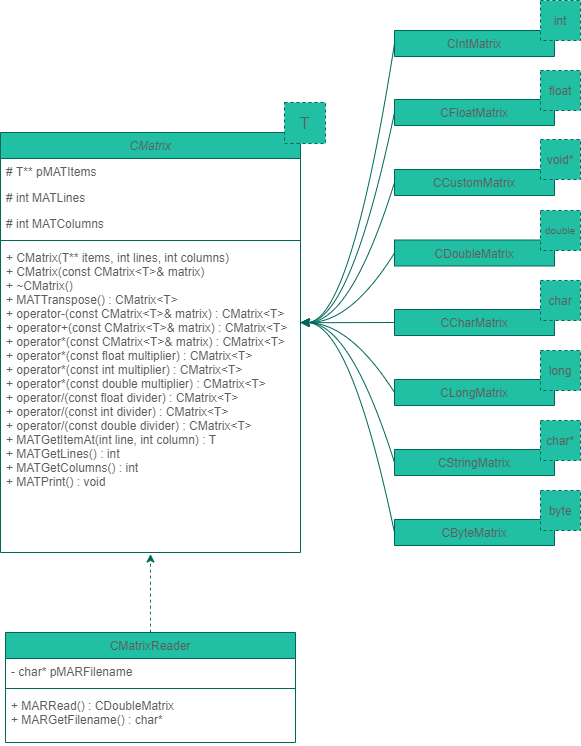
This is class-diagram.png from LucdoOf/MatrixedCpp, a draw.io export, as it was before one commit. Source tidied: cells renumbered, new cells last; positions are measured from the earlier drawing's top-left corner, leaving out a move shared by most shapes. Source of this version:
```xml
<mxGraphModel>
  <root>
    <mxCell id="0" />
    <mxCell id="1" parent="0" />
    <mxCell id="2" value="CMatrix&#10;" style="swimlane;fontStyle=2;align=center;verticalAlign=top;horizontal=1;startSize=26;shadow=0;strokeWidth=1;fillColor=#21C0A5;strokeColor=#006658;fontColor=#5C5C5C;" parent="1" vertex="1">
      <mxGeometry y="132" width="300" height="420" as="geometry" />
    </mxCell>
    <mxCell id="3" value="# T** pMATItems" style="text;align=left;verticalAlign=top;spacingLeft=4;spacingRight=4;overflow=hidden;fontColor=#5C5C5C;" parent="2" vertex="1">
      <mxGeometry y="26" width="300" height="26" as="geometry" />
    </mxCell>
    <mxCell id="4" value="# int MATLines" style="text;align=left;verticalAlign=top;spacingLeft=4;spacingRight=4;overflow=hidden;shadow=0;html=0;fontColor=#5C5C5C;" parent="2" vertex="1">
      <mxGeometry y="52" width="300" height="26" as="geometry" />
    </mxCell>
    <mxCell id="5" value="# int MATColumns&#10;" style="text;align=left;verticalAlign=top;spacingLeft=4;spacingRight=4;overflow=hidden;shadow=0;html=0;fontColor=#5C5C5C;" parent="2" vertex="1">
      <mxGeometry y="78" width="300" height="26" as="geometry" />
    </mxCell>
    <mxCell id="6" style="line;html=1;strokeWidth=1;align=left;verticalAlign=middle;spacingTop=-1;spacingLeft=3;spacingRight=3;labelPosition=right;fillColor=#21C0A5;strokeColor=#006658;fontColor=#5C5C5C;" parent="2" vertex="1">
      <mxGeometry y="104" width="300" height="8" as="geometry" />
    </mxCell>
    <mxCell id="7" value="+ CMatrix(T** items, int lines, int columns)&#10;+ CMatrix(const CMatrix&lt;T&gt;&amp; matrix)&#10;+ ~CMatrix()&#10;+ MATTranspose() : CMatrix&lt;T&gt;&#10;+ operator-(const CMatrix&lt;T&gt;&amp; matrix) : CMatrix&lt;T&gt;&#10;+ operator+(const CMatrix&lt;T&gt;&amp; matrix) : CMatrix&lt;T&gt;&#10;+ operator*(const CMatrix&lt;T&gt;&amp; matrix) : CMatrix&lt;T&gt;&#10;+ operator*(const float multiplier) : CMatrix&lt;T&gt;&#10;+ operator*(const int multiplier) : CMatrix&lt;T&gt;&#10;+ operator*(const double multiplier) : CMatrix&lt;T&gt;&#10;+ operator/(const float divider) : CMatrix&lt;T&gt;&#10;+ operator/(const int divider) : CMatrix&lt;T&gt;&#10;+ operator/(const double divider) : CMatrix&lt;T&gt;&#10;+ MATGetItemAt(int line, int column) : T&#10;+ MATGetLines() : int&#10;+ MATGetColumns() : int&#10;+ MATPrint() : void&#10;" style="text;align=left;verticalAlign=top;spacingLeft=4;spacingRight=4;overflow=hidden;points=[[0,0.5],[1,0.5]];portConstraint=eastwest;fontColor=#5C5C5C;" parent="2" vertex="1">
      <mxGeometry y="112" width="300" height="308" as="geometry" />
    </mxCell>
    <mxCell id="8" value="CIntMatrix" style="swimlane;fontStyle=0;align=center;verticalAlign=top;horizontal=1;startSize=26;shadow=0;strokeWidth=1;fillColor=#21C0A5;strokeColor=#006658;fontColor=#5C5C5C;" parent="1" vertex="1" collapsed="1">
      <mxGeometry x="394" y="30" width="160" height="26" as="geometry" />
    </mxCell>
    <mxCell id="9" value="CFloatMatrix&#10;" style="swimlane;fontStyle=0;align=center;verticalAlign=top;horizontal=1;startSize=26;shadow=0;strokeWidth=1;fillColor=#21C0A5;strokeColor=#006658;fontColor=#5C5C5C;" parent="1" vertex="1" collapsed="1">
      <mxGeometry x="394" y="99" width="160" height="26" as="geometry" />
    </mxCell>
    <mxCell id="10" value="CDoubleMatrix" style="swimlane;fontStyle=0;align=center;verticalAlign=top;horizontal=1;startSize=26;shadow=0;strokeWidth=1;fillColor=#21C0A5;strokeColor=#006658;fontColor=#5C5C5C;" parent="1" vertex="1" collapsed="1">
      <mxGeometry x="394" y="239.5" width="160" height="26" as="geometry" />
    </mxCell>
    <mxCell id="11" value="CLongMatrix" style="swimlane;fontStyle=0;align=center;verticalAlign=top;horizontal=1;startSize=26;shadow=0;strokeWidth=1;fillColor=#21C0A5;strokeColor=#006658;fontColor=#5C5C5C;" parent="1" vertex="1" collapsed="1">
      <mxGeometry x="394" y="379" width="160" height="26" as="geometry" />
    </mxCell>
    <mxCell id="12" value="CByteMatrix" style="swimlane;fontStyle=0;align=center;verticalAlign=top;horizontal=1;startSize=26;shadow=0;strokeWidth=1;fillColor=#21C0A5;strokeColor=#006658;fontColor=#5C5C5C;" parent="1" vertex="1" collapsed="1">
      <mxGeometry x="394" y="519" width="160" height="26" as="geometry" />
    </mxCell>
    <mxCell id="13" value="CCharMatrix" style="swimlane;fontStyle=0;align=center;verticalAlign=top;horizontal=1;startSize=26;shadow=0;strokeWidth=1;fillColor=#21C0A5;strokeColor=#006658;fontColor=#5C5C5C;" parent="1" vertex="1" collapsed="1">
      <mxGeometry x="394" y="309" width="160" height="26" as="geometry" />
    </mxCell>
    <mxCell id="14" value="CStringMatrix" style="swimlane;fontStyle=0;align=center;verticalAlign=top;horizontal=1;startSize=26;shadow=0;strokeWidth=1;fillColor=#21C0A5;strokeColor=#006658;fontColor=#5C5C5C;" parent="1" vertex="1" collapsed="1">
      <mxGeometry x="394" y="449" width="160" height="26" as="geometry" />
    </mxCell>
    <mxCell id="15" value="CCustomMatrix" style="swimlane;fontStyle=0;align=center;verticalAlign=top;horizontal=1;startSize=26;shadow=0;strokeWidth=1;fillColor=#21C0A5;strokeColor=#006658;fontColor=#5C5C5C;" parent="1" vertex="1" collapsed="1">
      <mxGeometry x="394" y="169" width="160" height="26" as="geometry" />
    </mxCell>
    <mxCell id="16" style="endArrow=classic;html=1;entryX=1.002;entryY=0.253;entryDx=0;entryDy=0;exitX=0;exitY=0.5;exitDx=0;exitDy=0;entryPerimeter=0;strokeColor=#006658;fontColor=#5C5C5C;curved=1;" parent="1" edge="1" source="12" target="7">
      <mxGeometry relative="1" as="geometry">
        <Array as="points">
          <mxPoint x="350" y="323" />
        </Array>
      </mxGeometry>
    </mxCell>
    <mxCell id="17" style="endArrow=classic;html=1;entryX=1.004;entryY=0.253;entryDx=0;entryDy=0;exitX=0;exitY=0.5;exitDx=0;exitDy=0;entryPerimeter=0;strokeColor=#006658;fontColor=#5C5C5C;curved=1;" parent="1" edge="1" source="14" target="7">
      <mxGeometry relative="1" as="geometry">
        <Array as="points">
          <mxPoint x="350" y="323" />
        </Array>
      </mxGeometry>
    </mxCell>
    <mxCell id="18" style="endArrow=classic;html=1;entryX=1.003;entryY=0.253;entryDx=0;entryDy=0;exitX=0;exitY=0.5;exitDx=0;exitDy=0;entryPerimeter=0;strokeColor=#006658;fontColor=#5C5C5C;curved=1;" parent="1" edge="1" source="10" target="7">
      <mxGeometry relative="1" as="geometry">
        <Array as="points">
          <mxPoint x="350" y="323" />
        </Array>
      </mxGeometry>
    </mxCell>
    <mxCell id="19" style="endArrow=classic;html=1;exitX=0;exitY=0.5;exitDx=0;exitDy=0;strokeColor=#006658;fontColor=#5C5C5C;curved=1;" parent="1" edge="1" source="15">
      <mxGeometry relative="1" as="geometry">
        <mxPoint x="300" y="322" as="targetPoint" />
        <Array as="points">
          <mxPoint x="350" y="323" />
        </Array>
      </mxGeometry>
    </mxCell>
    <mxCell id="20" style="endArrow=classic;html=1;exitX=0;exitY=0.5;exitDx=0;exitDy=0;strokeColor=#006658;fontColor=#5C5C5C;curved=1;" parent="1" edge="1" source="9">
      <mxGeometry relative="1" as="geometry">
        <mxPoint x="300" y="322" as="targetPoint" />
        <Array as="points">
          <mxPoint x="350" y="322" />
        </Array>
      </mxGeometry>
    </mxCell>
    <mxCell id="21" style="endArrow=classic;html=1;entryX=1;entryY=0.253;entryDx=0;entryDy=0;exitX=0;exitY=0.5;exitDx=0;exitDy=0;entryPerimeter=0;strokeColor=#006658;fontColor=#5C5C5C;curved=1;" parent="1" edge="1" source="8" target="7">
      <mxGeometry relative="1" as="geometry">
        <Array as="points">
          <mxPoint x="350" y="323" />
        </Array>
      </mxGeometry>
    </mxCell>
    <mxCell id="22" style="endArrow=classic;html=1;entryX=1;entryY=0.254;entryDx=0;entryDy=0;exitX=0;exitY=0.5;exitDx=0;exitDy=0;entryPerimeter=0;strokeColor=#006658;fontColor=#5C5C5C;curved=1;" parent="1" edge="1" source="13" target="7">
      <mxGeometry relative="1" as="geometry" />
    </mxCell>
    <mxCell id="23" style="endArrow=classic;html=1;entryX=1.003;entryY=0.253;entryDx=0;entryDy=0;exitX=0;exitY=0.5;exitDx=0;exitDy=0;entryPerimeter=0;strokeColor=#006658;fontColor=#5C5C5C;curved=1;" parent="1" edge="1" source="11" target="7">
      <mxGeometry relative="1" as="geometry">
        <Array as="points">
          <mxPoint x="350" y="323" />
        </Array>
      </mxGeometry>
    </mxCell>
    <mxCell id="24" value="T" style="whiteSpace=wrap;html=1;dashed=1;fontSize=17;fillColor=#21C0A5;strokeColor=#006658;fontColor=#5C5C5C;" parent="1" vertex="1">
      <mxGeometry x="284" y="102" width="41" height="41" as="geometry" />
    </mxCell>
    <mxCell id="25" value="int" style="whiteSpace=wrap;html=1;dashed=1;fillColor=#21C0A5;strokeColor=#006658;fontColor=#5C5C5C;" parent="1" vertex="1">
      <mxGeometry x="540" width="40" height="40" as="geometry" />
    </mxCell>
    <mxCell id="26" value="float" style="whiteSpace=wrap;html=1;dashed=1;fillColor=#21C0A5;strokeColor=#006658;fontColor=#5C5C5C;" parent="1" vertex="1">
      <mxGeometry x="540" y="70" width="40" height="40" as="geometry" />
    </mxCell>
    <mxCell id="27" value="void*" style="whiteSpace=wrap;html=1;dashed=1;fillColor=#21C0A5;strokeColor=#006658;fontColor=#5C5C5C;" parent="1" vertex="1">
      <mxGeometry x="540" y="139" width="40" height="40" as="geometry" />
    </mxCell>
    <mxCell id="28" value="double" style="whiteSpace=wrap;html=1;dashed=1;fontSize=10;fillColor=#21C0A5;strokeColor=#006658;fontColor=#5C5C5C;" parent="1" vertex="1">
      <mxGeometry x="540" y="210" width="40" height="40" as="geometry" />
    </mxCell>
    <mxCell id="29" value="char" style="whiteSpace=wrap;html=1;dashed=1;fillColor=#21C0A5;strokeColor=#006658;fontColor=#5C5C5C;" parent="1" vertex="1">
      <mxGeometry x="540" y="280" width="40" height="40" as="geometry" />
    </mxCell>
    <mxCell id="30" value="long" style="whiteSpace=wrap;html=1;dashed=1;fillColor=#21C0A5;strokeColor=#006658;fontColor=#5C5C5C;" parent="1" vertex="1">
      <mxGeometry x="540" y="350" width="40" height="40" as="geometry" />
    </mxCell>
    <mxCell id="31" value="char*" style="whiteSpace=wrap;html=1;dashed=1;fillColor=#21C0A5;strokeColor=#006658;fontColor=#5C5C5C;" parent="1" vertex="1">
      <mxGeometry x="540" y="420" width="40" height="40" as="geometry" />
    </mxCell>
    <mxCell id="32" value="byte" style="whiteSpace=wrap;html=1;dashed=1;fillColor=#21C0A5;strokeColor=#006658;fontColor=#5C5C5C;" parent="1" vertex="1">
      <mxGeometry x="540" y="490" width="40" height="40" as="geometry" />
    </mxCell>
    <mxCell id="33" value="CMatrixReader" style="swimlane;fontStyle=0;align=center;verticalAlign=top;horizontal=1;startSize=26;shadow=0;strokeWidth=1;fillColor=#21C0A5;strokeColor=#006658;fontColor=#5C5C5C;" parent="1" vertex="1">
      <mxGeometry x="5" y="632" width="290" height="110" as="geometry" />
    </mxCell>
    <mxCell id="34" value="- char* pMARFilename&#10;" style="text;align=left;verticalAlign=top;spacingLeft=4;spacingRight=4;overflow=hidden;fontColor=#5C5C5C;" parent="33" vertex="1">
      <mxGeometry y="26" width="290" height="26" as="geometry" />
    </mxCell>
    <mxCell id="35" style="line;html=1;strokeWidth=1;align=left;verticalAlign=middle;spacingTop=-1;spacingLeft=3;spacingRight=3;labelPosition=right;fillColor=#21C0A5;strokeColor=#006658;fontColor=#5C5C5C;" parent="33" vertex="1">
      <mxGeometry y="52" width="290" height="8" as="geometry" />
    </mxCell>
    <mxCell id="36" value="+ MARRead() : CDoubleMatrix&#10;+ MARGetFilename() : char*" style="text;align=left;verticalAlign=top;spacingLeft=4;spacingRight=4;overflow=hidden;points=[[0,0.5],[1,0.5]];portConstraint=eastwest;fontColor=#5C5C5C;" parent="33" vertex="1">
      <mxGeometry y="60" width="290" height="50" as="geometry" />
    </mxCell>
    <mxCell id="37" style="endArrow=classic;html=1;fontSize=17;dashed=1;exitX=0.5;exitY=0;exitDx=0;exitDy=0;entryX=0.5;entryY=1.005;entryDx=0;entryDy=0;entryPerimeter=0;strokeColor=#006658;fontColor=#5C5C5C;curved=1;" parent="1" edge="1" source="33" target="7">
      <mxGeometry relative="1" as="geometry" />
    </mxCell>
  </root>
</mxGraphModel>
```
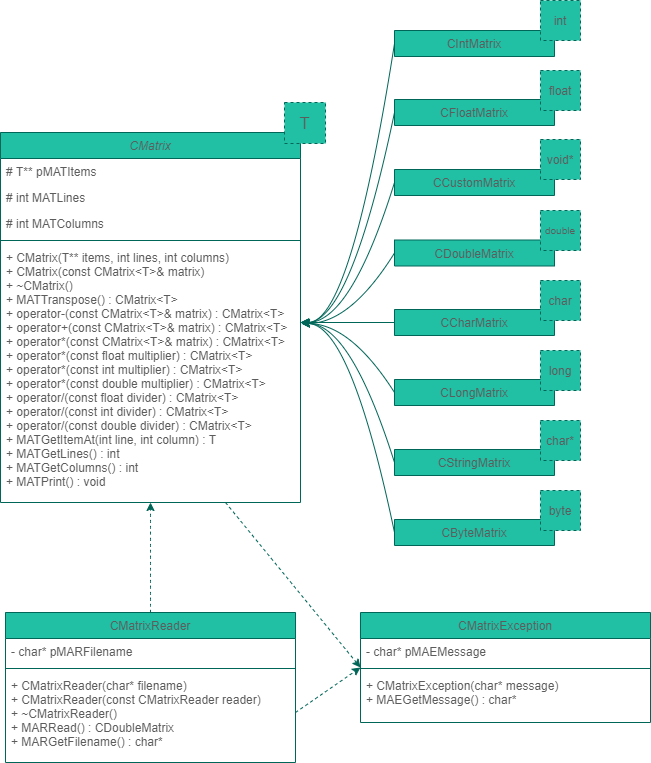
Later version of the same file.

What changed in the source:
```diff
@@ -3,7 +3,7 @@
     <mxCell id="0" />
     <mxCell id="1" parent="0" />
     <mxCell id="2" value="CMatrix&#10;" style="swimlane;fontStyle=2;align=center;verticalAlign=top;horizontal=1;startSize=26;shadow=0;strokeWidth=1;fillColor=#21C0A5;strokeColor=#006658;fontColor=#5C5C5C;" parent="1" vertex="1">
-      <mxGeometry y="132" width="300" height="420" as="geometry" />
+      <mxGeometry y="132" width="300" height="370" as="geometry" />
     </mxCell>
     <mxCell id="3" value="# T** pMATItems" style="text;align=left;verticalAlign=top;spacingLeft=4;spacingRight=4;overflow=hidden;fontColor=#5C5C5C;" parent="2" vertex="1">
       <mxGeometry y="26" width="300" height="26" as="geometry" />
@@ -18,7 +18,7 @@
       <mxGeometry y="104" width="300" height="8" as="geometry" />
     </mxCell>
     <mxCell id="7" value="+ CMatrix(T** items, int lines, int columns)&#10;+ CMatrix(const CMatrix&lt;T&gt;&amp; matrix)&#10;+ ~CMatrix()&#10;+ MATTranspose() : CMatrix&lt;T&gt;&#10;+ operator-(const CMatrix&lt;T&gt;&amp; matrix) : CMatrix&lt;T&gt;&#10;+ operator+(const CMatrix&lt;T&gt;&amp; matrix) : CMatrix&lt;T&gt;&#10;+ operator*(const CMatrix&lt;T&gt;&amp; matrix) : CMatrix&lt;T&gt;&#10;+ operator*(const float multiplier) : CMatrix&lt;T&gt;&#10;+ operator*(const int multiplier) : CMatrix&lt;T&gt;&#10;+ operator*(const double multiplier) : CMatrix&lt;T&gt;&#10;+ operator/(const float divider) : CMatrix&lt;T&gt;&#10;+ operator/(const int divider) : CMatrix&lt;T&gt;&#10;+ operator/(const double divider) : CMatrix&lt;T&gt;&#10;+ MATGetItemAt(int line, int column) : T&#10;+ MATGetLines() : int&#10;+ MATGetColumns() : int&#10;+ MATPrint() : void&#10;" style="text;align=left;verticalAlign=top;spacingLeft=4;spacingRight=4;overflow=hidden;points=[[0,0.5],[1,0.5]];portConstraint=eastwest;fontColor=#5C5C5C;" parent="2" vertex="1">
-      <mxGeometry y="112" width="300" height="308" as="geometry" />
+      <mxGeometry y="112" width="300" height="248" as="geometry" />
     </mxCell>
     <mxCell id="8" value="CIntMatrix" style="swimlane;fontStyle=0;align=center;verticalAlign=top;horizontal=1;startSize=26;shadow=0;strokeWidth=1;fillColor=#21C0A5;strokeColor=#006658;fontColor=#5C5C5C;" parent="1" vertex="1" collapsed="1">
       <mxGeometry x="394" y="30" width="160" height="26" as="geometry" />
@@ -44,22 +44,25 @@
     <mxCell id="15" value="CCustomMatrix" style="swimlane;fontStyle=0;align=center;verticalAlign=top;horizontal=1;startSize=26;shadow=0;strokeWidth=1;fillColor=#21C0A5;strokeColor=#006658;fontColor=#5C5C5C;" parent="1" vertex="1" collapsed="1">
       <mxGeometry x="394" y="169" width="160" height="26" as="geometry" />
     </mxCell>
-    <mxCell id="16" style="endArrow=classic;html=1;entryX=1.002;entryY=0.253;entryDx=0;entryDy=0;exitX=0;exitY=0.5;exitDx=0;exitDy=0;entryPerimeter=0;strokeColor=#006658;fontColor=#5C5C5C;curved=1;" parent="1" edge="1" source="12" target="7">
+    <mxCell id="16" style="endArrow=classic;html=1;exitX=0;exitY=0.5;exitDx=0;exitDy=0;strokeColor=#006658;fontColor=#5C5C5C;curved=1;" parent="1" edge="1" source="12">
       <mxGeometry relative="1" as="geometry">
+        <mxPoint x="301" y="323" as="targetPoint" />
         <Array as="points">
           <mxPoint x="350" y="323" />
         </Array>
       </mxGeometry>
     </mxCell>
-    <mxCell id="17" style="endArrow=classic;html=1;entryX=1.004;entryY=0.253;entryDx=0;entryDy=0;exitX=0;exitY=0.5;exitDx=0;exitDy=0;entryPerimeter=0;strokeColor=#006658;fontColor=#5C5C5C;curved=1;" parent="1" edge="1" source="14" target="7">
+    <mxCell id="17" style="endArrow=classic;html=1;exitX=0;exitY=0.5;exitDx=0;exitDy=0;strokeColor=#006658;fontColor=#5C5C5C;curved=1;" parent="1" edge="1" source="14">
       <mxGeometry relative="1" as="geometry">
+        <mxPoint x="301" y="323" as="targetPoint" />
         <Array as="points">
           <mxPoint x="350" y="323" />
         </Array>
       </mxGeometry>
     </mxCell>
-    <mxCell id="18" style="endArrow=classic;html=1;entryX=1.003;entryY=0.253;entryDx=0;entryDy=0;exitX=0;exitY=0.5;exitDx=0;exitDy=0;entryPerimeter=0;strokeColor=#006658;fontColor=#5C5C5C;curved=1;" parent="1" edge="1" source="10" target="7">
+    <mxCell id="18" style="endArrow=classic;html=1;exitX=0;exitY=0.5;exitDx=0;exitDy=0;strokeColor=#006658;fontColor=#5C5C5C;curved=1;" parent="1" edge="1" source="10">
       <mxGeometry relative="1" as="geometry">
+        <mxPoint x="301" y="323" as="targetPoint" />
         <Array as="points">
           <mxPoint x="350" y="323" />
         </Array>
@@ -81,18 +84,21 @@
         </Array>
       </mxGeometry>
     </mxCell>
-    <mxCell id="21" style="endArrow=classic;html=1;entryX=1;entryY=0.253;entryDx=0;entryDy=0;exitX=0;exitY=0.5;exitDx=0;exitDy=0;entryPerimeter=0;strokeColor=#006658;fontColor=#5C5C5C;curved=1;" parent="1" edge="1" source="8" target="7">
+    <mxCell id="21" style="endArrow=classic;html=1;entryX=1.003;entryY=0.315;entryDx=0;entryDy=0;exitX=0;exitY=0.5;exitDx=0;exitDy=0;entryPerimeter=0;strokeColor=#006658;fontColor=#5C5C5C;curved=1;" parent="1" edge="1" source="8" target="7">
       <mxGeometry relative="1" as="geometry">
         <Array as="points">
           <mxPoint x="350" y="323" />
         </Array>
       </mxGeometry>
     </mxCell>
-    <mxCell id="22" style="endArrow=classic;html=1;entryX=1;entryY=0.254;entryDx=0;entryDy=0;exitX=0;exitY=0.5;exitDx=0;exitDy=0;entryPerimeter=0;strokeColor=#006658;fontColor=#5C5C5C;curved=1;" parent="1" edge="1" source="13" target="7">
-      <mxGeometry relative="1" as="geometry" />
+    <mxCell id="22" style="endArrow=classic;html=1;exitX=0;exitY=0.5;exitDx=0;exitDy=0;strokeColor=#006658;fontColor=#5C5C5C;curved=1;" parent="1" edge="1" source="13">
+      <mxGeometry relative="1" as="geometry">
+        <mxPoint x="300" y="322" as="targetPoint" />
+      </mxGeometry>
     </mxCell>
-    <mxCell id="23" style="endArrow=classic;html=1;entryX=1.003;entryY=0.253;entryDx=0;entryDy=0;exitX=0;exitY=0.5;exitDx=0;exitDy=0;entryPerimeter=0;strokeColor=#006658;fontColor=#5C5C5C;curved=1;" parent="1" edge="1" source="11" target="7">
+    <mxCell id="23" style="endArrow=classic;html=1;exitX=0;exitY=0.5;exitDx=0;exitDy=0;strokeColor=#006658;fontColor=#5C5C5C;curved=1;" parent="1" edge="1" source="11">
       <mxGeometry relative="1" as="geometry">
+        <mxPoint x="301" y="323" as="targetPoint" />
         <Array as="points">
           <mxPoint x="350" y="323" />
         </Array>
@@ -126,7 +132,7 @@
       <mxGeometry x="540" y="490" width="40" height="40" as="geometry" />
     </mxCell>
     <mxCell id="33" value="CMatrixReader" style="swimlane;fontStyle=0;align=center;verticalAlign=top;horizontal=1;startSize=26;shadow=0;strokeWidth=1;fillColor=#21C0A5;strokeColor=#006658;fontColor=#5C5C5C;" parent="1" vertex="1">
-      <mxGeometry x="5" y="632" width="290" height="110" as="geometry" />
+      <mxGeometry x="5" y="612" width="290" height="150" as="geometry" />
     </mxCell>
     <mxCell id="34" value="- char* pMARFilename&#10;" style="text;align=left;verticalAlign=top;spacingLeft=4;spacingRight=4;overflow=hidden;fontColor=#5C5C5C;" parent="33" vertex="1">
       <mxGeometry y="26" width="290" height="26" as="geometry" />
@@ -134,11 +140,31 @@
     <mxCell id="35" style="line;html=1;strokeWidth=1;align=left;verticalAlign=middle;spacingTop=-1;spacingLeft=3;spacingRight=3;labelPosition=right;fillColor=#21C0A5;strokeColor=#006658;fontColor=#5C5C5C;" parent="33" vertex="1">
       <mxGeometry y="52" width="290" height="8" as="geometry" />
     </mxCell>
-    <mxCell id="36" value="+ MARRead() : CDoubleMatrix&#10;+ MARGetFilename() : char*" style="text;align=left;verticalAlign=top;spacingLeft=4;spacingRight=4;overflow=hidden;points=[[0,0.5],[1,0.5]];portConstraint=eastwest;fontColor=#5C5C5C;" parent="33" vertex="1">
-      <mxGeometry y="60" width="290" height="50" as="geometry" />
+    <mxCell id="36" value="+ CMatrixReader(char* filename)&#10;+ CMatrixReader(const CMatrixReader reader)&#10;+ ~CMatrixReader()&#10;+ MARRead() : CDoubleMatrix&#10;+ MARGetFilename() : char*" style="text;align=left;verticalAlign=top;spacingLeft=4;spacingRight=4;overflow=hidden;points=[[0,0.5],[1,0.5]];portConstraint=eastwest;fontColor=#5C5C5C;" parent="33" vertex="1">
+      <mxGeometry y="60" width="290" height="80" as="geometry" />
     </mxCell>
-    <mxCell id="37" style="endArrow=classic;html=1;fontSize=17;dashed=1;exitX=0.5;exitY=0;exitDx=0;exitDy=0;entryX=0.5;entryY=1.005;entryDx=0;entryDy=0;entryPerimeter=0;strokeColor=#006658;fontColor=#5C5C5C;curved=1;" parent="1" edge="1" source="33" target="7">
-      <mxGeometry relative="1" as="geometry" />
+    <mxCell id="37" style="endArrow=classic;html=1;fontSize=17;dashed=1;exitX=0.5;exitY=0;exitDx=0;exitDy=0;strokeColor=#006658;fontColor=#5C5C5C;curved=1;" parent="1" edge="1" source="33">
+      <mxGeometry relative="1" as="geometry">
+        <mxPoint x="150" y="502" as="targetPoint" />
+      </mxGeometry>
     </mxCell>
+    <mxCell id="38" value="CMatrixException" style="swimlane;fontStyle=0;align=center;verticalAlign=top;horizontal=1;startSize=26;shadow=0;strokeWidth=1;fillColor=#21C0A5;strokeColor=#006658;fontColor=#5C5C5C;" parent="1" vertex="1">
+      <mxGeometry x="360" y="612" width="290" height="110" as="geometry" />
+    </mxCell>
+    <mxCell id="39" value="- char* pMAEMessage&#10;" style="text;align=left;verticalAlign=top;spacingLeft=4;spacingRight=4;overflow=hidden;fontColor=#5C5C5C;" parent="38" vertex="1">
+      <mxGeometry y="26" width="290" height="26" as="geometry" />
+    </mxCell>
+    <mxCell id="40" style="line;html=1;strokeWidth=1;align=left;verticalAlign=middle;spacingTop=-1;spacingLeft=3;spacingRight=3;labelPosition=right;fillColor=#21C0A5;strokeColor=#006658;fontColor=#5C5C5C;" parent="38" vertex="1">
+      <mxGeometry y="52" width="290" height="8" as="geometry" />
+    </mxCell>
+    <mxCell id="41" value="+ CMatrixException(char* message)&#10;+ MAEGetMessage() : char*" style="text;align=left;verticalAlign=top;spacingLeft=4;spacingRight=4;overflow=hidden;fontColor=#5C5C5C;" parent="38" vertex="1">
+      <mxGeometry y="60" width="290" height="40" as="geometry" />
+    </mxCell>
+    <mxCell id="42" style="endArrow=classic;html=1;dashed=1;strokeColor=#006658;fillColor=#21C0A5;fontColor=#5C5C5C;exitX=1;exitY=0.5;exitDx=0;exitDy=0;entryX=0;entryY=0.5;entryDx=0;entryDy=0;" parent="1" edge="1" source="36" target="38">
+      <mxGeometry relative="1" as="geometry" />
+    </mxCell>
+    <mxCell id="43" style="endArrow=classic;html=1;dashed=1;strokeColor=#006658;fillColor=#21C0A5;fontColor=#5C5C5C;exitX=0.75;exitY=1;exitDx=0;exitDy=0;entryX=0;entryY=0.5;entryDx=0;entryDy=0;" parent="1" edge="1" source="2" target="38">
+      <mxGeometry relative="1" as="geometry" />
+    </mxCell>
   </root>
 </mxGraphModel>
```
